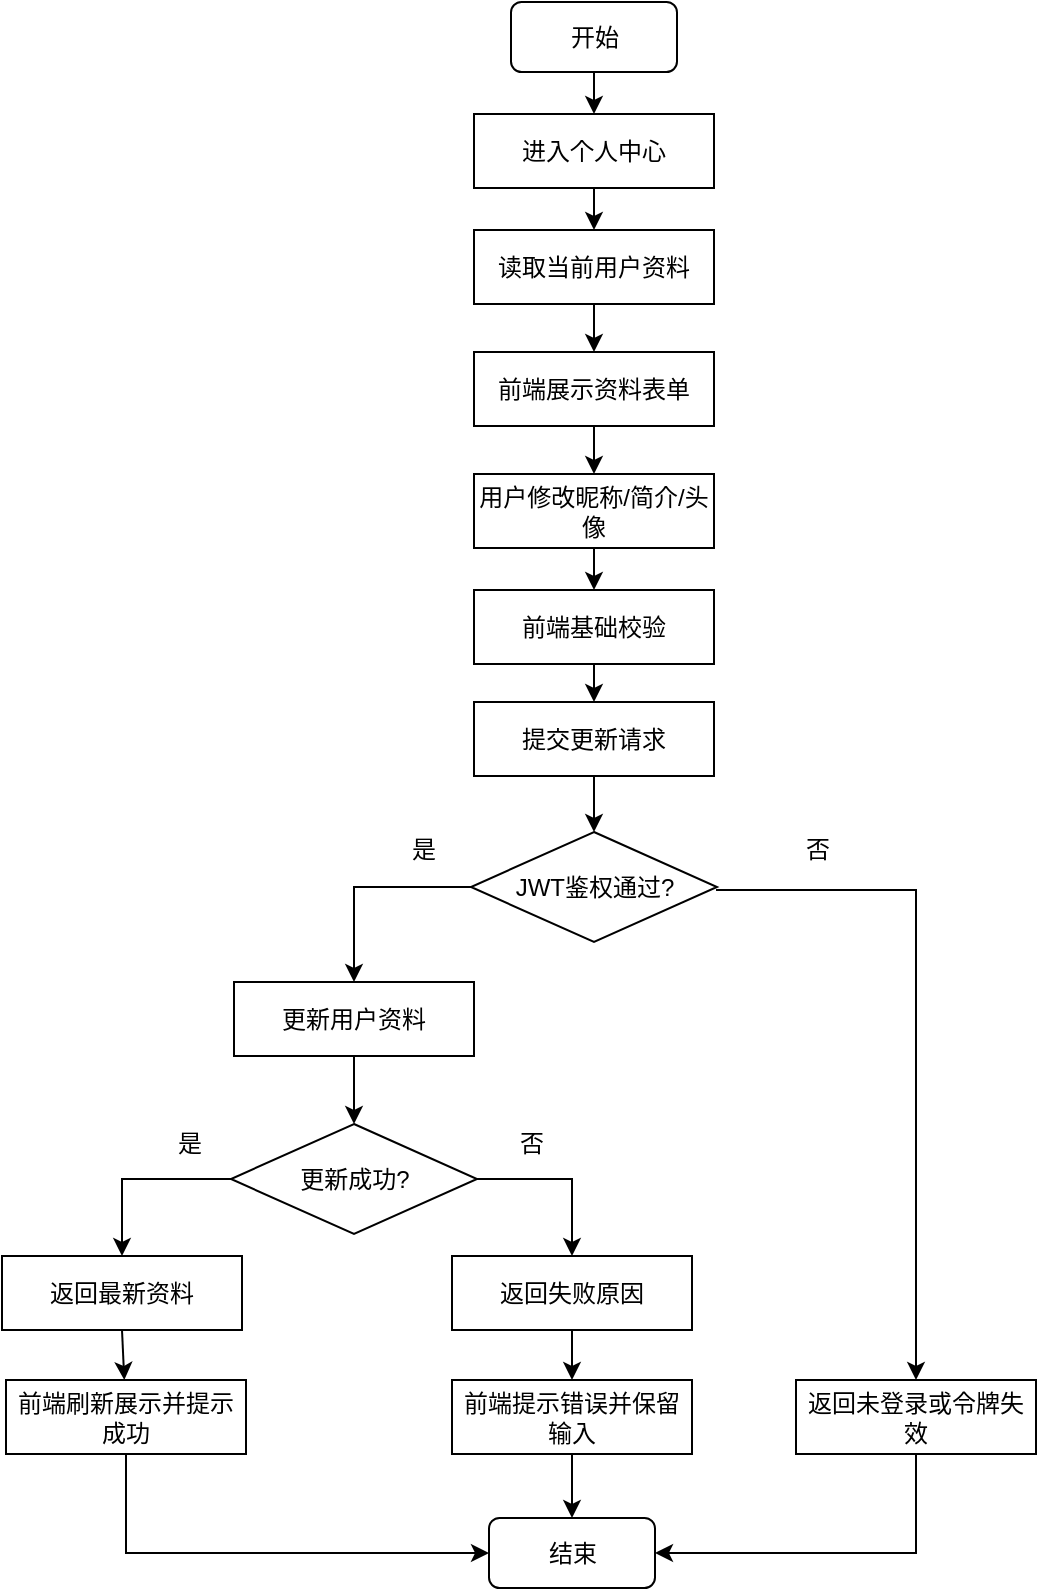
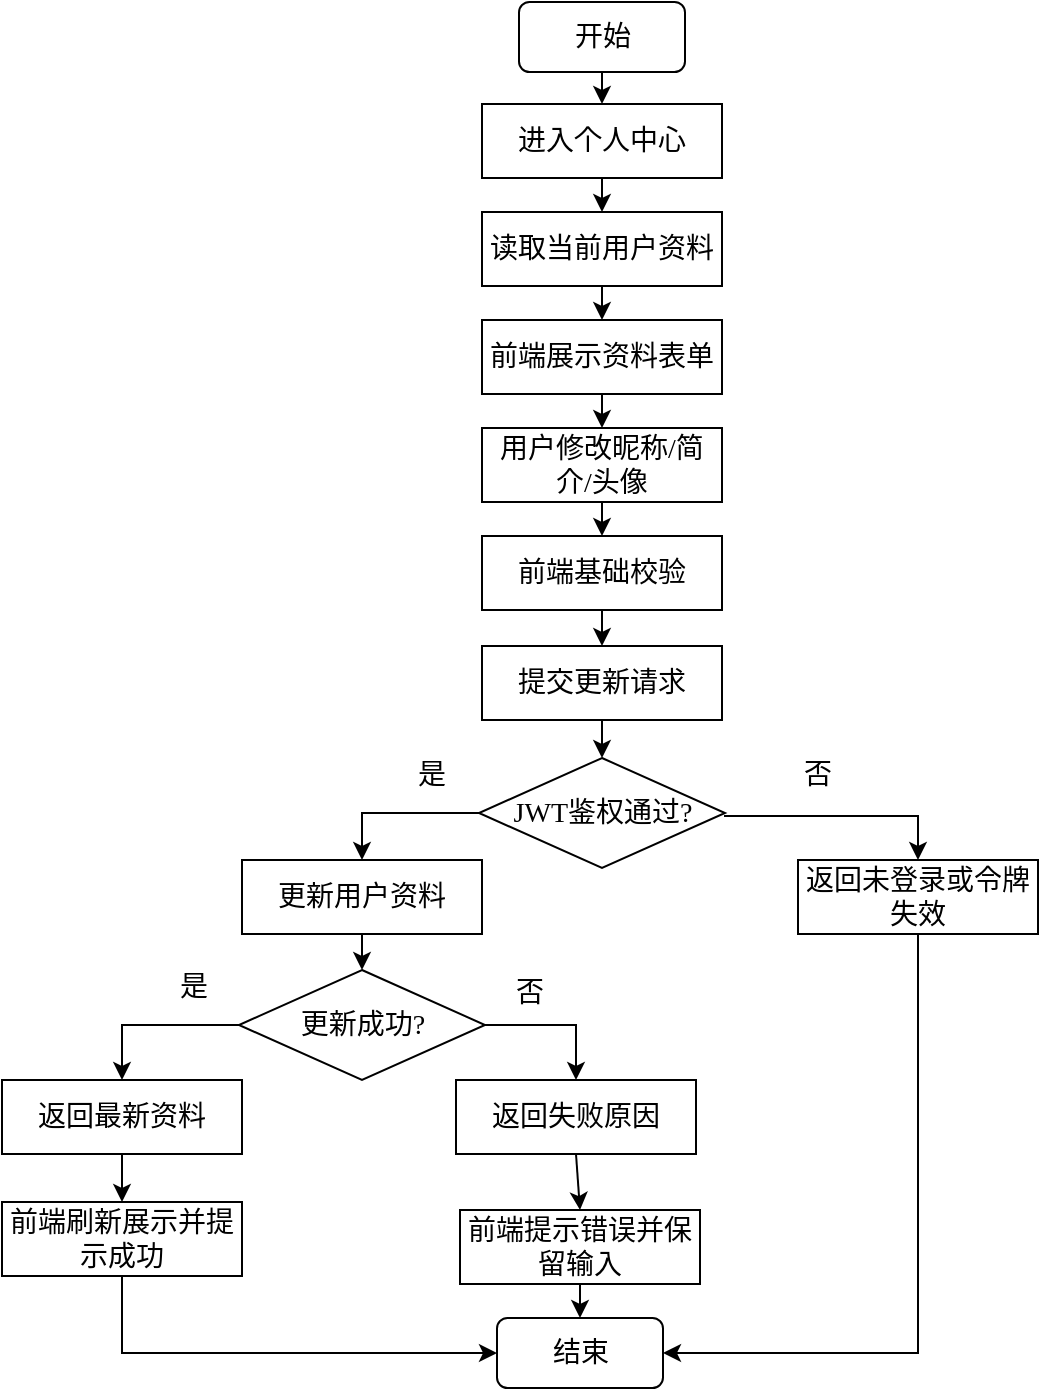
<mxfile host="app.diagrams.net">
  <diagram name="第 1 页" id="XFsNqdg7DnUoKlvDydX3">
-     <mxGraphModel dx="1654" dy="918" grid="0" gridSize="10" guides="1" tooltips="1" connect="1" arrows="1" fold="1" page="1" pageScale="1" pageWidth="827" pageHeight="1169" math="0" shadow="0">
+     <mxGraphModel dx="1480" dy="821" grid="0" gridSize="10" guides="1" tooltips="1" connect="1" arrows="1" fold="1" page="1" pageScale="1" pageWidth="827" pageHeight="1169" math="0" shadow="0">
      <root>
        <mxCell id="0" />
        <mxCell id="1" parent="0" />
-         <mxCell id="AgLpRkYeUAxIfCLNy7OW-1" parent="1" style="rounded=1;whiteSpace=wrap;html=1;" value="&lt;span style=&quot;font-size: 12px;&quot;&gt;开始&lt;/span&gt;" vertex="1">
-           <mxGeometry height="35" width="83" x="367.5" y="37" as="geometry" />
+         <mxCell id="AgLpRkYeUAxIfCLNy7OW-1" parent="1" style="rounded=1;whiteSpace=wrap;html=1;fontSize=14;fontFamily=仿宋;" value="&lt;font&gt;开始&lt;/font&gt;" vertex="1">
+           <mxGeometry height="35" width="83" x="367.5" y="31" as="geometry" />
        </mxCell>
-         <mxCell id="AgLpRkYeUAxIfCLNy7OW-2" parent="1" style="rounded=0;whiteSpace=wrap;html=1;" value="&lt;span style=&quot;font-size: 12px;&quot;&gt;进入个人中心&lt;/span&gt;" vertex="1">
-           <mxGeometry height="37" width="120" x="349" y="93" as="geometry" />
+         <mxCell id="AgLpRkYeUAxIfCLNy7OW-2" parent="1" style="rounded=0;whiteSpace=wrap;html=1;fontSize=14;fontFamily=仿宋;" value="&lt;font&gt;进入个人中心&lt;/font&gt;" vertex="1">
+           <mxGeometry height="37" width="120" x="349" y="82" as="geometry" />
        </mxCell>
-         <mxCell id="AgLpRkYeUAxIfCLNy7OW-3" parent="1" style="rounded=0;whiteSpace=wrap;html=1;" value="&lt;span style=&quot;font-size: 12px;&quot;&gt;读取当前用户资料&lt;/span&gt;" vertex="1">
-           <mxGeometry height="37" width="120" x="349" y="151" as="geometry" />
+         <mxCell id="AgLpRkYeUAxIfCLNy7OW-3" parent="1" style="rounded=0;whiteSpace=wrap;html=1;fontSize=14;fontFamily=仿宋;" value="&lt;font&gt;读取当前用户资料&lt;/font&gt;" vertex="1">
+           <mxGeometry height="37" width="120" x="349" y="136" as="geometry" />
        </mxCell>
-         <mxCell id="AgLpRkYeUAxIfCLNy7OW-4" parent="1" style="rounded=0;whiteSpace=wrap;html=1;" value="&lt;span style=&quot;font-size: 12px;&quot;&gt;前端展示资料表单&lt;/span&gt;" vertex="1">
-           <mxGeometry height="37" width="120" x="349" y="212" as="geometry" />
+         <mxCell id="AgLpRkYeUAxIfCLNy7OW-4" parent="1" style="rounded=0;whiteSpace=wrap;html=1;fontFamily=仿宋;fontSize=14;fontColor=default;fontStyle=0;align=center;verticalAlign=middle;" value="&lt;font&gt;前端展示资料表单&lt;/font&gt;" vertex="1">
+           <mxGeometry height="37" width="120" x="349" y="190" as="geometry" />
        </mxCell>
-         <mxCell id="AgLpRkYeUAxIfCLNy7OW-5" parent="1" style="rounded=0;whiteSpace=wrap;html=1;" value="&lt;span style=&quot;font-size: 12px;&quot;&gt;提交更新请求&lt;/span&gt;" vertex="1">
-           <mxGeometry height="37" width="120" x="349" y="387" as="geometry" />
+         <mxCell id="AgLpRkYeUAxIfCLNy7OW-5" parent="1" style="rounded=0;whiteSpace=wrap;html=1;fontSize=14;fontFamily=仿宋;" value="&lt;font&gt;提交更新请求&lt;/font&gt;" vertex="1">
+           <mxGeometry height="37" width="120" x="349" y="353" as="geometry" />
        </mxCell>
-         <mxCell id="AgLpRkYeUAxIfCLNy7OW-6" parent="1" style="rounded=0;whiteSpace=wrap;html=1;" value="&lt;span style=&quot;font-size: 12px;&quot;&gt;用户修改昵称/简介/头像&lt;/span&gt;" vertex="1">
-           <mxGeometry height="37" width="120" x="349" y="273" as="geometry" />
+         <mxCell id="AgLpRkYeUAxIfCLNy7OW-6" parent="1" style="rounded=0;whiteSpace=wrap;html=1;fontSize=14;fontFamily=仿宋;" value="&lt;font&gt;用户修改昵称/简介/头像&lt;/font&gt;" vertex="1">
+           <mxGeometry height="37" width="120" x="349" y="244" as="geometry" />
        </mxCell>
-         <mxCell id="AgLpRkYeUAxIfCLNy7OW-7" parent="1" style="rounded=0;whiteSpace=wrap;html=1;" value="&lt;span style=&quot;font-size: 12px;&quot;&gt;前端基础校验&lt;/span&gt;" vertex="1">
-           <mxGeometry height="37" width="120" x="349" y="331" as="geometry" />
+         <mxCell id="AgLpRkYeUAxIfCLNy7OW-7" parent="1" style="rounded=0;whiteSpace=wrap;html=1;fontSize=14;fontFamily=仿宋;" value="&lt;font&gt;前端基础校验&lt;/font&gt;" vertex="1">
+           <mxGeometry height="37" width="120" x="349" y="298" as="geometry" />
        </mxCell>
-         <mxCell id="AgLpRkYeUAxIfCLNy7OW-8" parent="1" style="rhombus;whiteSpace=wrap;html=1;" value="&lt;span style=&quot;font-size: 12px;&quot;&gt;JWT鉴权通过?&lt;/span&gt;" vertex="1">
-           <mxGeometry height="55" width="123" x="347.5" y="452" as="geometry" />
+         <mxCell id="AgLpRkYeUAxIfCLNy7OW-8" parent="1" style="rhombus;whiteSpace=wrap;html=1;fontSize=14;fontFamily=仿宋;" value="&lt;font&gt;JWT鉴权通过?&lt;/font&gt;" vertex="1">
+           <mxGeometry height="55" width="123" x="347.5" y="409" as="geometry" />
        </mxCell>
-         <mxCell id="AgLpRkYeUAxIfCLNy7OW-9" parent="1" style="rounded=0;whiteSpace=wrap;html=1;" value="&lt;span style=&quot;font-size: 12px;&quot;&gt;更新用户资料&lt;/span&gt;" vertex="1">
-           <mxGeometry height="37" width="120" x="229" y="527" as="geometry" />
+         <mxCell id="AgLpRkYeUAxIfCLNy7OW-9" parent="1" style="rounded=0;whiteSpace=wrap;html=1;fontSize=14;fontFamily=仿宋;" value="&lt;font&gt;更新用户资料&lt;/font&gt;" vertex="1">
+           <mxGeometry height="37" width="120" x="229" y="460" as="geometry" />
        </mxCell>
-         <mxCell id="AgLpRkYeUAxIfCLNy7OW-10" parent="1" style="rounded=0;whiteSpace=wrap;html=1;" value="&lt;span style=&quot;font-size: 12px;&quot;&gt;返回最新资料&lt;/span&gt;" vertex="1">
-           <mxGeometry height="37" width="120" x="113" y="664" as="geometry" />
+         <mxCell id="AgLpRkYeUAxIfCLNy7OW-10" parent="1" style="rounded=0;whiteSpace=wrap;html=1;fontSize=14;fontFamily=仿宋;" value="&lt;font&gt;返回最新资料&lt;/font&gt;" vertex="1">
+           <mxGeometry height="37" width="120" x="109" y="570" as="geometry" />
        </mxCell>
-         <mxCell id="AgLpRkYeUAxIfCLNy7OW-11" parent="1" style="rounded=0;whiteSpace=wrap;html=1;" value="&lt;span style=&quot;font-size: 12px;&quot;&gt;返回失败原因&lt;/span&gt;" vertex="1">
-           <mxGeometry height="37" width="120" x="338" y="664" as="geometry" />
+         <mxCell id="AgLpRkYeUAxIfCLNy7OW-11" parent="1" style="rounded=0;whiteSpace=wrap;html=1;fontSize=14;fontFamily=仿宋;" value="&lt;font&gt;返回失败原因&lt;/font&gt;" vertex="1">
+           <mxGeometry height="37" width="120" x="336" y="570" as="geometry" />
        </mxCell>
-         <mxCell id="AgLpRkYeUAxIfCLNy7OW-12" parent="1" style="rounded=0;whiteSpace=wrap;html=1;" value="&lt;span style=&quot;font-size: 12px;&quot;&gt;前端刷新展示并提示成功&lt;/span&gt;" vertex="1">
-           <mxGeometry height="37" width="120" x="115" y="726" as="geometry" />
+         <mxCell id="AgLpRkYeUAxIfCLNy7OW-12" parent="1" style="rounded=0;whiteSpace=wrap;html=1;fontSize=14;fontFamily=仿宋;" value="&lt;font&gt;前端刷新展示并提示成功&lt;/font&gt;" vertex="1">
+           <mxGeometry height="37" width="120" x="109" y="631" as="geometry" />
        </mxCell>
-         <mxCell id="AgLpRkYeUAxIfCLNy7OW-13" parent="1" style="rounded=0;whiteSpace=wrap;html=1;" value="&lt;span style=&quot;font-size: 12px;&quot;&gt;前端提示错误并保留输入&lt;/span&gt;" vertex="1">
-           <mxGeometry height="37" width="120" x="338" y="726" as="geometry" />
+         <mxCell id="AgLpRkYeUAxIfCLNy7OW-13" parent="1" style="rounded=0;whiteSpace=wrap;html=1;fontSize=14;fontFamily=仿宋;" value="&lt;font&gt;前端提示错误并保留输入&lt;/font&gt;" vertex="1">
+           <mxGeometry height="37" width="120" x="338" y="635" as="geometry" />
        </mxCell>
-         <mxCell id="AgLpRkYeUAxIfCLNy7OW-14" parent="1" style="rounded=0;whiteSpace=wrap;html=1;" value="&lt;span style=&quot;font-size: 12px;&quot;&gt;返回未登录或令牌失效&lt;/span&gt;" vertex="1">
-           <mxGeometry height="37" width="120" x="510" y="726" as="geometry" />
+         <mxCell id="AgLpRkYeUAxIfCLNy7OW-14" parent="1" style="rounded=0;whiteSpace=wrap;html=1;fontSize=14;fontFamily=仿宋;" value="&lt;font&gt;返回未登录或令牌失效&lt;/font&gt;" vertex="1">
+           <mxGeometry height="37" width="120" x="507" y="460" as="geometry" />
        </mxCell>
-         <mxCell id="AgLpRkYeUAxIfCLNy7OW-15" parent="1" style="rounded=1;whiteSpace=wrap;html=1;" value="&lt;span style=&quot;font-size: 12px;&quot;&gt;结束&lt;/span&gt;" vertex="1">
-           <mxGeometry height="35" width="83" x="356.5" y="795" as="geometry" />
+         <mxCell id="AgLpRkYeUAxIfCLNy7OW-15" parent="1" style="rounded=1;whiteSpace=wrap;html=1;fontSize=14;fontFamily=仿宋;" value="&lt;font&gt;结束&lt;/font&gt;" vertex="1">
+           <mxGeometry height="35" width="83" x="356.5" y="689" as="geometry" />
        </mxCell>
-         <mxCell id="AgLpRkYeUAxIfCLNy7OW-16" parent="1" style="rhombus;whiteSpace=wrap;html=1;" value="&lt;span style=&quot;font-size: 12px;&quot;&gt;更新成功?&lt;/span&gt;" vertex="1">
-           <mxGeometry height="55" width="123" x="227.5" y="598" as="geometry" />
+         <mxCell id="AgLpRkYeUAxIfCLNy7OW-16" parent="1" style="rhombus;whiteSpace=wrap;html=1;fontSize=14;fontFamily=仿宋;" value="&lt;font&gt;更新成功?&lt;/font&gt;" vertex="1">
+           <mxGeometry height="55" width="123" x="227.5" y="515" as="geometry" />
        </mxCell>
-         <mxCell id="AgLpRkYeUAxIfCLNy7OW-17" edge="1" parent="1" source="AgLpRkYeUAxIfCLNy7OW-1" style="endArrow=classic;html=1;rounded=0;exitX=0.5;exitY=1;exitDx=0;exitDy=0;" target="AgLpRkYeUAxIfCLNy7OW-2" value="">
+         <mxCell id="AgLpRkYeUAxIfCLNy7OW-17" edge="1" parent="1" source="AgLpRkYeUAxIfCLNy7OW-1" style="endArrow=classic;html=1;rounded=0;exitX=0.5;exitY=1;exitDx=0;exitDy=0;fontSize=14;fontFamily=仿宋;" target="AgLpRkYeUAxIfCLNy7OW-2" value="">
          <mxGeometry height="50" relative="1" width="50" as="geometry">
            <mxPoint x="388" y="127" as="sourcePoint" />
            <mxPoint x="438" y="77" as="targetPoint" />
          </mxGeometry>
        </mxCell>
-         <mxCell id="AgLpRkYeUAxIfCLNy7OW-18" edge="1" parent="1" source="AgLpRkYeUAxIfCLNy7OW-2" style="endArrow=classic;html=1;rounded=0;exitX=0.5;exitY=1;exitDx=0;exitDy=0;entryX=0.5;entryY=0;entryDx=0;entryDy=0;" target="AgLpRkYeUAxIfCLNy7OW-3" value="">
+         <mxCell id="AgLpRkYeUAxIfCLNy7OW-18" edge="1" parent="1" source="AgLpRkYeUAxIfCLNy7OW-2" style="endArrow=classic;html=1;rounded=0;exitX=0.5;exitY=1;exitDx=0;exitDy=0;entryX=0.5;entryY=0;entryDx=0;entryDy=0;fontSize=14;fontFamily=仿宋;" target="AgLpRkYeUAxIfCLNy7OW-3" value="">
          <mxGeometry height="50" relative="1" width="50" as="geometry">
            <mxPoint x="550" y="188" as="sourcePoint" />
            <mxPoint x="550" y="220" as="targetPoint" />
          </mxGeometry>
        </mxCell>
-         <mxCell id="AgLpRkYeUAxIfCLNy7OW-19" edge="1" parent="1" source="AgLpRkYeUAxIfCLNy7OW-3" style="endArrow=classic;html=1;rounded=0;exitX=0.5;exitY=1;exitDx=0;exitDy=0;entryX=0.5;entryY=0;entryDx=0;entryDy=0;" target="AgLpRkYeUAxIfCLNy7OW-4" value="">
+         <mxCell id="AgLpRkYeUAxIfCLNy7OW-19" edge="1" parent="1" source="AgLpRkYeUAxIfCLNy7OW-3" style="endArrow=classic;html=1;rounded=0;exitX=0.5;exitY=1;exitDx=0;exitDy=0;entryX=0.5;entryY=0;entryDx=0;entryDy=0;fontSize=14;fontFamily=仿宋;" target="AgLpRkYeUAxIfCLNy7OW-4" value="">
          <mxGeometry height="50" relative="1" width="50" as="geometry">
            <mxPoint x="523" y="228" as="sourcePoint" />
            <mxPoint x="523" y="260" as="targetPoint" />
          </mxGeometry>
        </mxCell>
-         <mxCell id="AgLpRkYeUAxIfCLNy7OW-20" edge="1" parent="1" source="AgLpRkYeUAxIfCLNy7OW-4" style="endArrow=classic;html=1;rounded=0;exitX=0.5;exitY=1;exitDx=0;exitDy=0;entryX=0.5;entryY=0;entryDx=0;entryDy=0;" target="AgLpRkYeUAxIfCLNy7OW-6" value="">
+         <mxCell id="AgLpRkYeUAxIfCLNy7OW-20" edge="1" parent="1" source="AgLpRkYeUAxIfCLNy7OW-4" style="endArrow=classic;html=1;rounded=0;exitX=0.5;exitY=1;exitDx=0;exitDy=0;entryX=0.5;entryY=0;entryDx=0;entryDy=0;fontSize=14;fontFamily=仿宋;" target="AgLpRkYeUAxIfCLNy7OW-6" value="">
          <mxGeometry height="50" relative="1" width="50" as="geometry">
            <mxPoint x="526" y="295" as="sourcePoint" />
            <mxPoint x="526" y="327" as="targetPoint" />
          </mxGeometry>
        </mxCell>
-         <mxCell id="AgLpRkYeUAxIfCLNy7OW-21" edge="1" parent="1" source="AgLpRkYeUAxIfCLNy7OW-6" style="endArrow=classic;html=1;rounded=0;exitX=0.5;exitY=1;exitDx=0;exitDy=0;entryX=0.5;entryY=0;entryDx=0;entryDy=0;" target="AgLpRkYeUAxIfCLNy7OW-7" value="">
+         <mxCell id="AgLpRkYeUAxIfCLNy7OW-21" edge="1" parent="1" source="AgLpRkYeUAxIfCLNy7OW-6" style="endArrow=classic;html=1;rounded=0;exitX=0.5;exitY=1;exitDx=0;exitDy=0;entryX=0.5;entryY=0;entryDx=0;entryDy=0;fontSize=14;fontFamily=仿宋;" target="AgLpRkYeUAxIfCLNy7OW-7" value="">
          <mxGeometry height="50" relative="1" width="50" as="geometry">
            <mxPoint x="585" y="370" as="sourcePoint" />
            <mxPoint x="585" y="402" as="targetPoint" />
          </mxGeometry>
        </mxCell>
-         <mxCell id="AgLpRkYeUAxIfCLNy7OW-22" edge="1" parent="1" source="AgLpRkYeUAxIfCLNy7OW-7" style="endArrow=classic;html=1;rounded=0;exitX=0.5;exitY=1;exitDx=0;exitDy=0;entryX=0.5;entryY=0;entryDx=0;entryDy=0;" target="AgLpRkYeUAxIfCLNy7OW-5" value="">
+         <mxCell id="AgLpRkYeUAxIfCLNy7OW-22" edge="1" parent="1" source="AgLpRkYeUAxIfCLNy7OW-7" style="endArrow=classic;html=1;rounded=0;exitX=0.5;exitY=1;exitDx=0;exitDy=0;entryX=0.5;entryY=0;entryDx=0;entryDy=0;fontSize=14;fontFamily=仿宋;" target="AgLpRkYeUAxIfCLNy7OW-5" value="">
          <mxGeometry height="50" relative="1" width="50" as="geometry">
            <mxPoint x="609" y="419" as="sourcePoint" />
            <mxPoint x="609" y="451" as="targetPoint" />
          </mxGeometry>
        </mxCell>
-         <mxCell id="AgLpRkYeUAxIfCLNy7OW-23" edge="1" parent="1" source="AgLpRkYeUAxIfCLNy7OW-5" style="endArrow=classic;html=1;rounded=0;exitX=0.5;exitY=1;exitDx=0;exitDy=0;entryX=0.5;entryY=0;entryDx=0;entryDy=0;" target="AgLpRkYeUAxIfCLNy7OW-8" value="">
+         <mxCell id="AgLpRkYeUAxIfCLNy7OW-23" edge="1" parent="1" source="AgLpRkYeUAxIfCLNy7OW-5" style="endArrow=classic;html=1;rounded=0;exitX=0.5;exitY=1;exitDx=0;exitDy=0;entryX=0.5;entryY=0;entryDx=0;entryDy=0;fontSize=14;fontFamily=仿宋;" target="AgLpRkYeUAxIfCLNy7OW-8" value="">
          <mxGeometry height="50" relative="1" width="50" as="geometry">
            <mxPoint x="570" y="478" as="sourcePoint" />
            <mxPoint x="570" y="510" as="targetPoint" />
          </mxGeometry>
        </mxCell>
-         <mxCell id="AgLpRkYeUAxIfCLNy7OW-24" edge="1" parent="1" source="AgLpRkYeUAxIfCLNy7OW-8" style="endArrow=classic;html=1;rounded=0;exitX=0;exitY=0.5;exitDx=0;exitDy=0;entryX=0.5;entryY=0;entryDx=0;entryDy=0;edgeStyle=orthogonalEdgeStyle;" target="AgLpRkYeUAxIfCLNy7OW-9" value="">
+         <mxCell id="AgLpRkYeUAxIfCLNy7OW-24" edge="1" parent="1" source="AgLpRkYeUAxIfCLNy7OW-8" style="endArrow=classic;html=1;rounded=0;exitX=0;exitY=0.5;exitDx=0;exitDy=0;entryX=0.5;entryY=0;entryDx=0;entryDy=0;edgeStyle=orthogonalEdgeStyle;fontSize=14;fontFamily=仿宋;" target="AgLpRkYeUAxIfCLNy7OW-9" value="">
          <mxGeometry height="50" relative="1" width="50" as="geometry">
            <mxPoint x="435" y="557" as="sourcePoint" />
            <mxPoint x="435" y="589" as="targetPoint" />
          </mxGeometry>
        </mxCell>
-         <mxCell id="AgLpRkYeUAxIfCLNy7OW-25" edge="1" parent="1" source="AgLpRkYeUAxIfCLNy7OW-9" style="endArrow=classic;html=1;rounded=0;exitX=0.5;exitY=1;exitDx=0;exitDy=0;entryX=0.5;entryY=0;entryDx=0;entryDy=0;" target="AgLpRkYeUAxIfCLNy7OW-16" value="">
+         <mxCell id="AgLpRkYeUAxIfCLNy7OW-25" edge="1" parent="1" source="AgLpRkYeUAxIfCLNy7OW-9" style="endArrow=classic;html=1;rounded=0;exitX=0.5;exitY=1;exitDx=0;exitDy=0;entryX=0.5;entryY=0;entryDx=0;entryDy=0;fontSize=14;fontFamily=仿宋;" target="AgLpRkYeUAxIfCLNy7OW-16" value="">
          <mxGeometry height="50" relative="1" width="50" as="geometry">
            <mxPoint x="141" y="671" as="sourcePoint" />
            <mxPoint x="141" y="703" as="targetPoint" />
          </mxGeometry>
        </mxCell>
-         <mxCell id="AgLpRkYeUAxIfCLNy7OW-26" edge="1" parent="1" source="AgLpRkYeUAxIfCLNy7OW-16" style="endArrow=classic;html=1;rounded=0;exitX=0;exitY=0.5;exitDx=0;exitDy=0;entryX=0.5;entryY=0;entryDx=0;entryDy=0;edgeStyle=orthogonalEdgeStyle;" target="AgLpRkYeUAxIfCLNy7OW-10" value="">
+         <mxCell id="AgLpRkYeUAxIfCLNy7OW-26" edge="1" parent="1" source="AgLpRkYeUAxIfCLNy7OW-16" style="endArrow=classic;html=1;rounded=0;exitX=0;exitY=0.5;exitDx=0;exitDy=0;entryX=0.5;entryY=0;entryDx=0;entryDy=0;edgeStyle=orthogonalEdgeStyle;fontSize=14;fontFamily=仿宋;" target="AgLpRkYeUAxIfCLNy7OW-10" value="">
          <mxGeometry height="50" relative="1" width="50" as="geometry">
            <mxPoint x="284" y="650" as="sourcePoint" />
            <mxPoint x="225" y="697" as="targetPoint" />
          </mxGeometry>
        </mxCell>
-         <mxCell id="AgLpRkYeUAxIfCLNy7OW-27" edge="1" parent="1" source="AgLpRkYeUAxIfCLNy7OW-16" style="endArrow=classic;html=1;rounded=0;exitX=1;exitY=0.5;exitDx=0;exitDy=0;entryX=0.5;entryY=0;entryDx=0;entryDy=0;edgeStyle=orthogonalEdgeStyle;" target="AgLpRkYeUAxIfCLNy7OW-11" value="">
+         <mxCell id="AgLpRkYeUAxIfCLNy7OW-27" edge="1" parent="1" source="AgLpRkYeUAxIfCLNy7OW-16" style="endArrow=classic;html=1;rounded=0;exitX=1;exitY=0.5;exitDx=0;exitDy=0;entryX=0.5;entryY=0;entryDx=0;entryDy=0;edgeStyle=orthogonalEdgeStyle;fontSize=14;fontFamily=仿宋;" target="AgLpRkYeUAxIfCLNy7OW-11" value="">
          <mxGeometry height="50" relative="1" width="50" as="geometry">
            <mxPoint x="458" y="679" as="sourcePoint" />
            <mxPoint x="399" y="726" as="targetPoint" />
          </mxGeometry>
        </mxCell>
-         <mxCell id="AgLpRkYeUAxIfCLNy7OW-28" edge="1" parent="1" source="AgLpRkYeUAxIfCLNy7OW-8" style="endArrow=classic;html=1;rounded=0;exitX=0.996;exitY=0.527;exitDx=0;exitDy=0;entryX=0.5;entryY=0;entryDx=0;entryDy=0;edgeStyle=orthogonalEdgeStyle;exitPerimeter=0;" target="AgLpRkYeUAxIfCLNy7OW-14" value="">
+         <mxCell id="AgLpRkYeUAxIfCLNy7OW-28" edge="1" parent="1" source="AgLpRkYeUAxIfCLNy7OW-8" style="endArrow=classic;html=1;rounded=0;exitX=0.996;exitY=0.527;exitDx=0;exitDy=0;entryX=0.5;entryY=0;entryDx=0;entryDy=0;edgeStyle=orthogonalEdgeStyle;exitPerimeter=0;fontSize=14;fontFamily=仿宋;" target="AgLpRkYeUAxIfCLNy7OW-14" value="">
          <mxGeometry height="50" relative="1" width="50" as="geometry">
            <mxPoint x="606" y="546" as="sourcePoint" />
            <mxPoint x="547" y="593" as="targetPoint" />
          </mxGeometry>
        </mxCell>
-         <mxCell id="AgLpRkYeUAxIfCLNy7OW-29" edge="1" parent="1" source="AgLpRkYeUAxIfCLNy7OW-12" style="endArrow=classic;html=1;rounded=0;exitX=0.5;exitY=1;exitDx=0;exitDy=0;entryX=0;entryY=0.5;entryDx=0;entryDy=0;edgeStyle=orthogonalEdgeStyle;" target="AgLpRkYeUAxIfCLNy7OW-15" value="">
+         <mxCell id="AgLpRkYeUAxIfCLNy7OW-29" edge="1" parent="1" source="AgLpRkYeUAxIfCLNy7OW-12" style="endArrow=classic;html=1;rounded=0;exitX=0.5;exitY=1;exitDx=0;exitDy=0;entryX=0;entryY=0.5;entryDx=0;entryDy=0;edgeStyle=orthogonalEdgeStyle;fontSize=14;fontFamily=仿宋;" target="AgLpRkYeUAxIfCLNy7OW-15" value="">
          <mxGeometry height="50" relative="1" width="50" as="geometry">
            <mxPoint x="224" y="973" as="sourcePoint" />
            <mxPoint x="165" y="1020" as="targetPoint" />
          </mxGeometry>
        </mxCell>
-         <mxCell id="AgLpRkYeUAxIfCLNy7OW-31" edge="1" parent="1" source="AgLpRkYeUAxIfCLNy7OW-14" style="endArrow=classic;html=1;rounded=0;exitX=0.5;exitY=1;exitDx=0;exitDy=0;entryX=1;entryY=0.5;entryDx=0;entryDy=0;edgeStyle=orthogonalEdgeStyle;" target="AgLpRkYeUAxIfCLNy7OW-15" value="">
+         <mxCell id="AgLpRkYeUAxIfCLNy7OW-31" edge="1" parent="1" source="AgLpRkYeUAxIfCLNy7OW-14" style="endArrow=classic;html=1;rounded=0;exitX=0.5;exitY=1;exitDx=0;exitDy=0;entryX=1;entryY=0.5;entryDx=0;entryDy=0;edgeStyle=orthogonalEdgeStyle;fontSize=14;fontFamily=仿宋;" target="AgLpRkYeUAxIfCLNy7OW-15" value="">
          <mxGeometry height="50" relative="1" width="50" as="geometry">
            <mxPoint x="701" y="990" as="sourcePoint" />
            <mxPoint x="642" y="1037" as="targetPoint" />
          </mxGeometry>
        </mxCell>
-         <mxCell id="AgLpRkYeUAxIfCLNy7OW-32" edge="1" parent="1" source="AgLpRkYeUAxIfCLNy7OW-10" style="endArrow=classic;html=1;rounded=0;exitX=0.5;exitY=1;exitDx=0;exitDy=0;" target="AgLpRkYeUAxIfCLNy7OW-12" value="">
+         <mxCell id="AgLpRkYeUAxIfCLNy7OW-32" edge="1" parent="1" source="AgLpRkYeUAxIfCLNy7OW-10" style="endArrow=classic;html=1;rounded=0;exitX=0.5;exitY=1;exitDx=0;exitDy=0;fontSize=14;fontFamily=仿宋;" target="AgLpRkYeUAxIfCLNy7OW-12" value="">
          <mxGeometry height="50" relative="1" width="50" as="geometry">
            <mxPoint x="22" y="746" as="sourcePoint" />
            <mxPoint x="72" y="696" as="targetPoint" />
          </mxGeometry>
        </mxCell>
-         <mxCell id="AgLpRkYeUAxIfCLNy7OW-33" edge="1" parent="1" source="AgLpRkYeUAxIfCLNy7OW-11" style="endArrow=classic;html=1;rounded=0;exitX=0.5;exitY=1;exitDx=0;exitDy=0;entryX=0.5;entryY=0;entryDx=0;entryDy=0;" target="AgLpRkYeUAxIfCLNy7OW-13" value="">
+         <mxCell id="AgLpRkYeUAxIfCLNy7OW-33" edge="1" parent="1" source="AgLpRkYeUAxIfCLNy7OW-11" style="endArrow=classic;html=1;rounded=0;exitX=0.5;exitY=1;exitDx=0;exitDy=0;entryX=0.5;entryY=0;entryDx=0;entryDy=0;fontSize=14;fontFamily=仿宋;" target="AgLpRkYeUAxIfCLNy7OW-13" value="">
          <mxGeometry height="50" relative="1" width="50" as="geometry">
            <mxPoint x="402" y="813" as="sourcePoint" />
            <mxPoint x="402" y="901" as="targetPoint" />
          </mxGeometry>
        </mxCell>
-         <mxCell id="AgLpRkYeUAxIfCLNy7OW-34" edge="1" parent="1" source="AgLpRkYeUAxIfCLNy7OW-13" style="edgeStyle=orthogonalEdgeStyle;rounded=0;orthogonalLoop=1;jettySize=auto;html=1;exitX=0.5;exitY=1;exitDx=0;exitDy=0;" target="AgLpRkYeUAxIfCLNy7OW-13">
+         <mxCell id="AgLpRkYeUAxIfCLNy7OW-34" edge="1" parent="1" source="AgLpRkYeUAxIfCLNy7OW-13" style="edgeStyle=orthogonalEdgeStyle;rounded=0;orthogonalLoop=1;jettySize=auto;html=1;exitX=0.5;exitY=1;exitDx=0;exitDy=0;fontSize=14;fontFamily=仿宋;" target="AgLpRkYeUAxIfCLNy7OW-13">
          <mxGeometry relative="1" as="geometry" />
        </mxCell>
-         <mxCell id="AgLpRkYeUAxIfCLNy7OW-35" edge="1" parent="1" source="AgLpRkYeUAxIfCLNy7OW-13" style="endArrow=classic;html=1;rounded=0;exitX=0.5;exitY=1;exitDx=0;exitDy=0;entryX=0.5;entryY=0;entryDx=0;entryDy=0;" target="AgLpRkYeUAxIfCLNy7OW-15" value="">
+         <mxCell id="AgLpRkYeUAxIfCLNy7OW-35" edge="1" parent="1" source="AgLpRkYeUAxIfCLNy7OW-13" style="endArrow=classic;html=1;rounded=0;exitX=0.5;exitY=1;exitDx=0;exitDy=0;entryX=0.5;entryY=0;entryDx=0;entryDy=0;fontSize=14;fontFamily=仿宋;" target="AgLpRkYeUAxIfCLNy7OW-15" value="">
          <mxGeometry height="50" relative="1" width="50" as="geometry">
            <mxPoint x="429" y="925" as="sourcePoint" />
            <mxPoint x="429" y="1013" as="targetPoint" />
          </mxGeometry>
        </mxCell>
-         <mxCell id="AgLpRkYeUAxIfCLNy7OW-36" parent="1" style="text;html=1;whiteSpace=wrap;strokeColor=none;fillColor=none;align=center;verticalAlign=middle;rounded=0;" value="是" vertex="1">
-           <mxGeometry height="30" width="60" x="294" y="446" as="geometry" />
+         <mxCell id="AgLpRkYeUAxIfCLNy7OW-36" parent="1" style="text;html=1;whiteSpace=wrap;strokeColor=none;fillColor=none;align=center;verticalAlign=middle;rounded=0;fontSize=14;fontFamily=仿宋;" value="&lt;font&gt;是&lt;/font&gt;" vertex="1">
+           <mxGeometry height="30" width="60" x="294" y="403" as="geometry" />
        </mxCell>
-         <mxCell id="AgLpRkYeUAxIfCLNy7OW-37" parent="1" style="text;html=1;whiteSpace=wrap;strokeColor=none;fillColor=none;align=center;verticalAlign=middle;rounded=0;" value="是" vertex="1">
-           <mxGeometry height="30" width="60" x="177" y="593" as="geometry" />
+         <mxCell id="AgLpRkYeUAxIfCLNy7OW-37" parent="1" style="text;html=1;whiteSpace=wrap;strokeColor=none;fillColor=none;align=center;verticalAlign=middle;rounded=0;fontSize=14;fontFamily=仿宋;" value="&lt;font&gt;是&lt;/font&gt;" vertex="1">
+           <mxGeometry height="30" width="60" x="175" y="509" as="geometry" />
        </mxCell>
-         <mxCell id="AgLpRkYeUAxIfCLNy7OW-38" parent="1" style="text;html=1;whiteSpace=wrap;strokeColor=none;fillColor=none;align=center;verticalAlign=middle;rounded=0;" value="否" vertex="1">
-           <mxGeometry height="30" width="60" x="347.5" y="593" as="geometry" />
+         <mxCell id="AgLpRkYeUAxIfCLNy7OW-38" parent="1" style="text;html=1;whiteSpace=wrap;strokeColor=none;fillColor=none;align=center;verticalAlign=middle;rounded=0;fontSize=14;fontFamily=仿宋;" value="&lt;font&gt;否&lt;/font&gt;" vertex="1">
+           <mxGeometry height="30" width="60" x="343" y="512" as="geometry" />
        </mxCell>
-         <mxCell id="AgLpRkYeUAxIfCLNy7OW-39" parent="1" style="text;html=1;whiteSpace=wrap;strokeColor=none;fillColor=none;align=center;verticalAlign=middle;rounded=0;" value="否" vertex="1">
-           <mxGeometry height="30" width="60" x="491" y="446" as="geometry" />
+         <mxCell id="AgLpRkYeUAxIfCLNy7OW-39" parent="1" style="text;html=1;whiteSpace=wrap;strokeColor=none;fillColor=none;align=center;verticalAlign=middle;rounded=0;fontSize=14;fontFamily=仿宋;" value="&lt;font&gt;否&lt;/font&gt;" vertex="1">
+           <mxGeometry height="30" width="60" x="487" y="403" as="geometry" />
        </mxCell>
      </root>
    </mxGraphModel>
  </diagram>
</mxfile>
